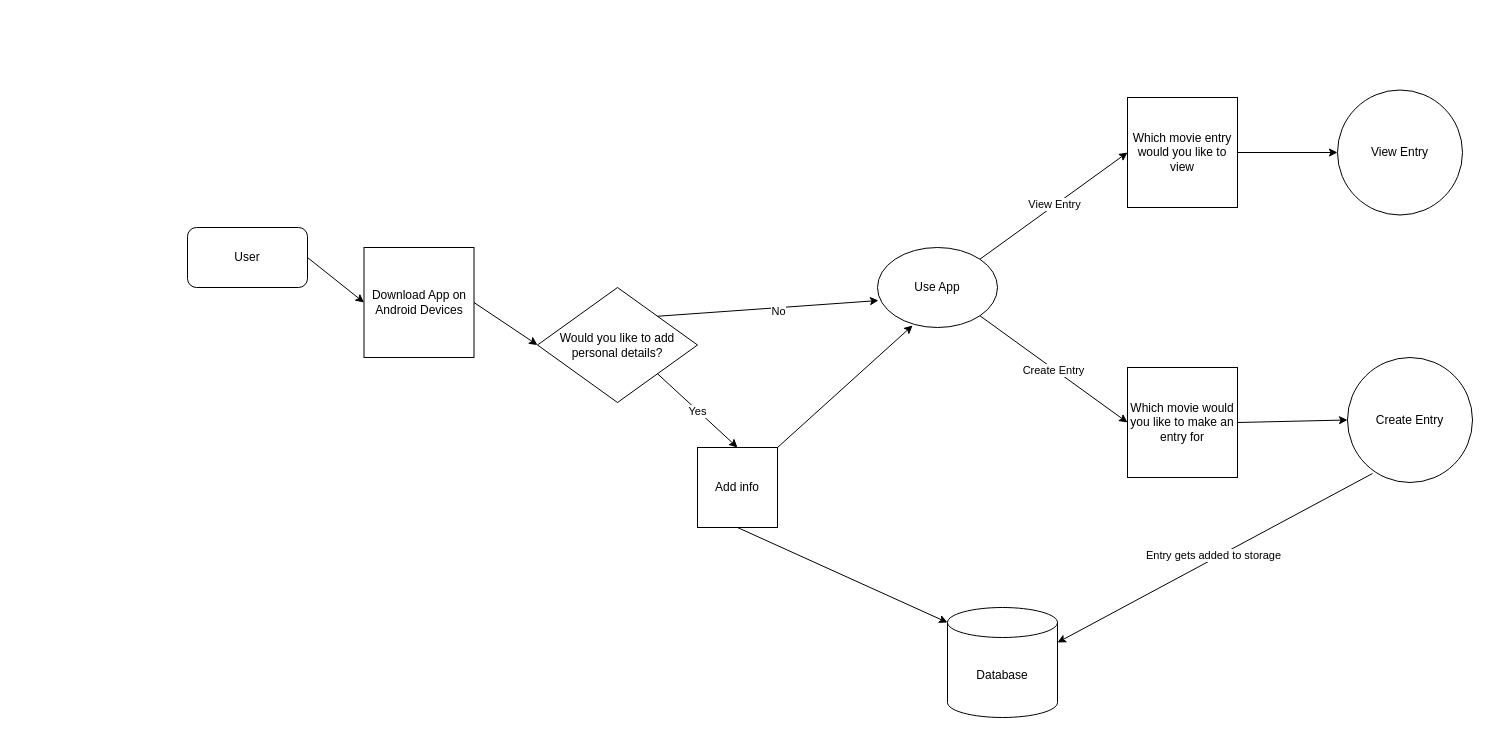
The draw.io diagram Design_Diagrams/ThridDiagram.drawio in underwrxps/MovieJournal, before the edit. Source tidied: cells renumbered, new cells numbered last; positions are measured from the earlier drawing's top-left corner, leaving out a move shared by most shapes. Both pictures are drawn from the tidied source at 100%, with x=0, y=0 at pixel (187, 89).
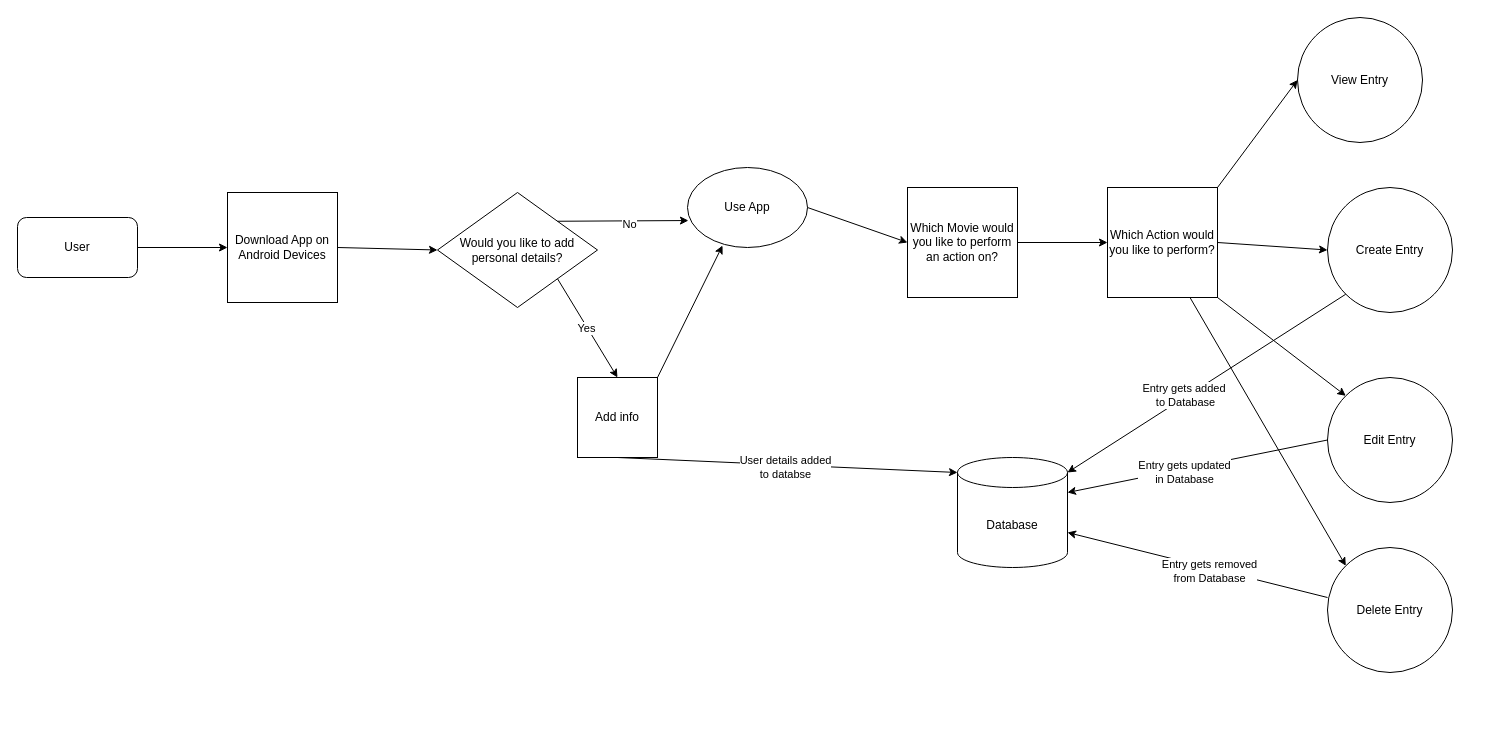
After the change.

Unchanged cells that the change refers to:
```xml
<mxCell id="11" style="endArrow=classic;html=1;rounded=0;entryX=0;entryY=0;entryDx=0;entryDy=15;entryPerimeter=0;exitX=0.5;exitY=1;exitDx=0;exitDy=0;" parent="1" edge="1" source="10" target="9">
  <mxGeometry relative="1" as="geometry" />
</mxCell>
```

What changed in the source:
```diff
@@
     <mxCell id="2" value="User" style="rounded=1;whiteSpace=wrap;html=1;" parent="1" vertex="1">
-      <mxGeometry y="138" width="120" height="60" as="geometry" />
+      <mxGeometry x="-170" y="128" width="120" height="60" as="geometry" />
     </mxCell>
-    <mxCell id="3" style="endArrow=classic;html=1;rounded=0;entryX=0;entryY=0.5;entryDx=0;entryDy=0;" parent="1" edge="1" target="4">
-      <mxGeometry relative="1" as="geometry">
-        <mxPoint x="120" y="168" as="sourcePoint" />
-      </mxGeometry>
+    <mxCell id="3" style="endArrow=classic;html=1;rounded=0;entryX=0;entryY=0.5;entryDx=0;entryDy=0;exitX=1;exitY=0.5;exitDx=0;exitDy=0;" parent="1" edge="1" source="2" target="4">
+      <mxGeometry relative="1" as="geometry" />
     </mxCell>
     <mxCell id="4" value="Download App on Android Devices" style="whiteSpace=wrap;html=1;" parent="1" vertex="1">
-      <mxGeometry x="176.5" y="158" width="110" height="110" as="geometry" />
+      <mxGeometry x="40" y="103" width="110" height="110" as="geometry" />
     </mxCell>
     <mxCell id="5" value="Would you like to add personal details?" style="rhombus;whiteSpace=wrap;html=1;" parent="1" vertex="1">
-      <mxGeometry x="350" y="198" width="160" height="115" as="geometry" />
+      <mxGeometry x="250" y="103" width="160" height="115" as="geometry" />
     </mxCell>
@@
     <mxCell id="9" value="Database" style="shape=cylinder3;whiteSpace=wrap;html=1;boundedLbl=1;backgroundOutline=1;size=15;" parent="1" vertex="1">
-      <mxGeometry x="760" y="518" width="110" height="110" as="geometry" />
+      <mxGeometry x="770" y="368" width="110" height="110" as="geometry" />
     </mxCell>
     <mxCell id="10" value="Add info" style="whiteSpace=wrap;html=1;" parent="1" vertex="1">
-      <mxGeometry x="510" y="358" width="80" height="80" as="geometry" />
+      <mxGeometry x="390" y="288" width="80" height="80" as="geometry" />
     </mxCell>
@@
+    <mxCell id="28" value="&lt;div&gt;User details added&lt;/div&gt;&lt;div&gt;to databse&lt;br&gt;&lt;/div&gt;" style="edgeLabel;html=1;align=center;verticalAlign=middle;" parent="11" vertex="1">
+      <mxGeometry x="-0.01" y="-2" relative="1" as="geometry" />
+    </mxCell>
@@
-    <mxCell id="15" style="endArrow=classic;html=1;rounded=0;exitX=1;exitY=0;exitDx=0;exitDy=0;entryX=0;entryY=0.5;entryDx=0;entryDy=0;" parent="1" edge="1" source="27" target="19">
-      <mxGeometry relative="1" as="geometry" />
-    </mxCell>
-    <mxCell id="16" value="View Entry" style="edgeLabel;html=1;align=center;verticalAlign=middle;" parent="15" vertex="1">
-      <mxGeometry x="0.01" y="1" relative="1" as="geometry" />
-    </mxCell>
-    <mxCell id="17" style="endArrow=classic;html=1;rounded=0;exitX=1;exitY=1;exitDx=0;exitDy=0;entryX=0;entryY=0.5;entryDx=0;entryDy=0;" parent="1" edge="1" source="27" target="22">
-      <mxGeometry relative="1" as="geometry" />
-    </mxCell>
-    <mxCell id="18" value="Create Entry" style="edgeLabel;html=1;align=center;verticalAlign=middle;" parent="17" vertex="1">
-      <mxGeometry x="-0.01" relative="1" as="geometry">
-        <mxPoint y="1" as="offset" />
-      </mxGeometry>
-    </mxCell>
-    <mxCell id="19" value="Which movie entry would you like to view" style="whiteSpace=wrap;html=1;" parent="1" vertex="1">
-      <mxGeometry x="940" y="8" width="110" height="110" as="geometry" />
-    </mxCell>
     <mxCell id="20" value="View Entry" style="ellipse;whiteSpace=wrap;html=1;" parent="1" vertex="1">
-      <mxGeometry x="1150" y="0.5" width="125" height="125" as="geometry" />
+      <mxGeometry x="1110" y="-72" width="125" height="125" as="geometry" />
     </mxCell>
-    <mxCell id="21" style="endArrow=classic;html=1;rounded=0;exitX=1;exitY=0.5;exitDx=0;exitDy=0;entryX=0;entryY=0.5;entryDx=0;entryDy=0;" parent="1" edge="1" source="19" target="20">
+    <mxCell id="21" style="endArrow=classic;html=1;rounded=0;exitX=1;exitY=0;exitDx=0;exitDy=0;entryX=0;entryY=0.5;entryDx=0;entryDy=0;" parent="1" edge="1" source="22" target="20">
       <mxGeometry relative="1" as="geometry" />
     </mxCell>
-    <mxCell id="22" value="Which movie would you like to make an entry for" style="whiteSpace=wrap;html=1;" parent="1" vertex="1">
-      <mxGeometry x="940" y="278" width="110" height="110" as="geometry" />
+    <mxCell id="22" value="Which Action would you like to perform?" style="whiteSpace=wrap;html=1;" parent="1" vertex="1">
+      <mxGeometry x="920" y="98" width="110" height="110" as="geometry" />
     </mxCell>
@@
     <mxCell id="24" value="Create Entry" style="ellipse;whiteSpace=wrap;html=1;" parent="1" vertex="1">
-      <mxGeometry x="1160" y="268" width="125" height="125" as="geometry" />
+      <mxGeometry x="1140" y="98" width="125" height="125" as="geometry" />
     </mxCell>
+    <mxCell id="27" value="Use App" style="ellipse;whiteSpace=wrap;html=1;" parent="1" vertex="1">
+      <mxGeometry x="500" y="78" width="120" height="80" as="geometry" />
+    </mxCell>
+    <mxCell id="29" style="edgeStyle=orthogonalEdgeStyle;rounded=0;jettySize=auto;html=1;exitX=1;exitY=0.5;exitDx=0;exitDy=0;" parent="1" edge="1" source="30" target="22">
+      <mxGeometry relative="1" as="geometry" />
+    </mxCell>
+    <mxCell id="30" value="Which Movie would you like to perform an action on?" style="whiteSpace=wrap;html=1;" parent="1" vertex="1">
+      <mxGeometry x="720" y="98" width="110" height="110" as="geometry" />
+    </mxCell>
+    <mxCell id="31" value="Edit Entry" style="ellipse;whiteSpace=wrap;html=1;" parent="1" vertex="1">
+      <mxGeometry x="1140" y="288" width="125" height="125" as="geometry" />
+    </mxCell>
+    <mxCell id="32" value="Delete Entry" style="ellipse;whiteSpace=wrap;html=1;" parent="1" vertex="1">
+      <mxGeometry x="1140" y="458" width="125" height="125" as="geometry" />
+    </mxCell>
+    <mxCell id="33" style="endArrow=classic;html=1;rounded=0;exitX=1;exitY=1;exitDx=0;exitDy=0;entryX=0;entryY=0;entryDx=0;entryDy=0;" parent="1" edge="1" source="22" target="31">
+      <mxGeometry relative="1" as="geometry" />
+    </mxCell>
+    <mxCell id="34" style="endArrow=classic;html=1;rounded=0;entryX=0;entryY=0;entryDx=0;entryDy=0;exitX=0.75;exitY=1;exitDx=0;exitDy=0;" parent="1" edge="1" source="22" target="32">
+      <mxGeometry relative="1" as="geometry" />
+    </mxCell>
-    <mxCell id="25" style="endArrow=classic;html=1;rounded=0;exitX=0.2;exitY=0.928;exitDx=0;exitDy=0;exitPerimeter=0;entryX=1;entryY=0;entryDx=0;entryDy=35;entryPerimeter=0;" parent="1" edge="1" source="24" target="9">
+    <mxCell id="25" style="endArrow=classic;html=1;rounded=0;entryX=1;entryY=0;entryDx=0;entryDy=15;entryPerimeter=0;exitX=0;exitY=1;exitDx=0;exitDy=0;" parent="1" edge="1" source="24" target="9">
       <mxGeometry relative="1" as="geometry" />
     </mxCell>
-    <mxCell id="26" value="Entry gets added to storage" style="edgeLabel;html=1;align=center;verticalAlign=middle;" parent="25" vertex="1">
-      <mxGeometry y="-3" relative="1" as="geometry" />
-    </mxCell>
-    <mxCell id="27" value="Use App" style="ellipse;whiteSpace=wrap;html=1;" parent="1" vertex="1">
-      <mxGeometry x="690" y="158" width="120" height="80" as="geometry" />
-    </mxCell>
+    <mxCell id="35" value="&lt;div&gt;Entry gets added&amp;nbsp;&lt;/div&gt;&lt;div&gt;to Database&lt;/div&gt;" style="edgeLabel;html=1;align=center;verticalAlign=middle;" parent="25" vertex="1">
+      <mxGeometry x="0.15" y="-2" relative="1" as="geometry" />
+    </mxCell>
+    <mxCell id="36" style="endArrow=classic;html=1;rounded=0;exitX=0;exitY=0.5;exitDx=0;exitDy=0;entryX=1;entryY=0;entryDx=0;entryDy=35;entryPerimeter=0;" parent="1" edge="1" source="31" target="9">
+      <mxGeometry relative="1" as="geometry" />
+    </mxCell>
+    <mxCell id="37" value="&lt;div&gt;Entry gets updated&lt;/div&gt;&lt;div&gt;in Database&lt;br&gt;&lt;/div&gt;" style="edgeLabel;html=1;align=center;verticalAlign=middle;" parent="36" vertex="1">
+      <mxGeometry x="0.11" y="4" relative="1" as="geometry">
+        <mxPoint y="-1" as="offset" />
+      </mxGeometry>
+    </mxCell>
+    <mxCell id="38" style="endArrow=classic;html=1;rounded=0;exitX=0;exitY=0.4;exitDx=0;exitDy=0;exitPerimeter=0;entryX=1;entryY=0;entryDx=0;entryDy=75;entryPerimeter=0;" parent="1" edge="1" source="32" target="9">
+      <mxGeometry relative="1" as="geometry" />
+    </mxCell>
+    <mxCell id="39" value="&lt;div&gt;Entry gets removed&lt;/div&gt;&lt;div&gt;from Database&lt;br&gt;&lt;/div&gt;" style="edgeLabel;html=1;align=center;verticalAlign=middle;" parent="38" vertex="1">
+      <mxGeometry x="-0.1" y="3" relative="1" as="geometry" />
+    </mxCell>
+    <mxCell id="40" style="endArrow=classic;html=1;rounded=0;exitX=1;exitY=0.5;exitDx=0;exitDy=0;entryX=0;entryY=0.5;entryDx=0;entryDy=0;" parent="1" edge="1" source="27" target="30">
+      <mxGeometry relative="1" as="geometry" />
+    </mxCell>
```
